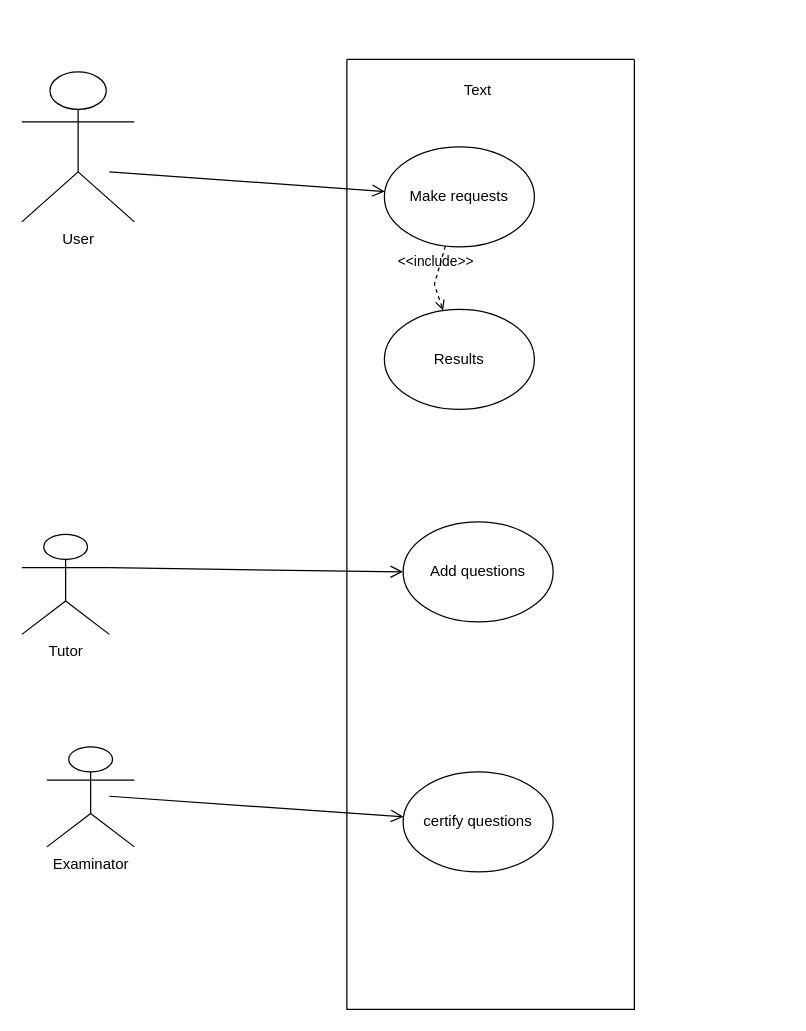
The draw.io diagram certificationExam.drawio in Eselebano/Info_Tech, before the edit. Source tidied: cells renumbered, new cells numbered last; positions are measured from the earlier drawing's top-left corner, leaving out a move shared by most shapes. Both pictures are drawn from the tidied source at 125%, with x=0, y=0 at pixel (21, 59).
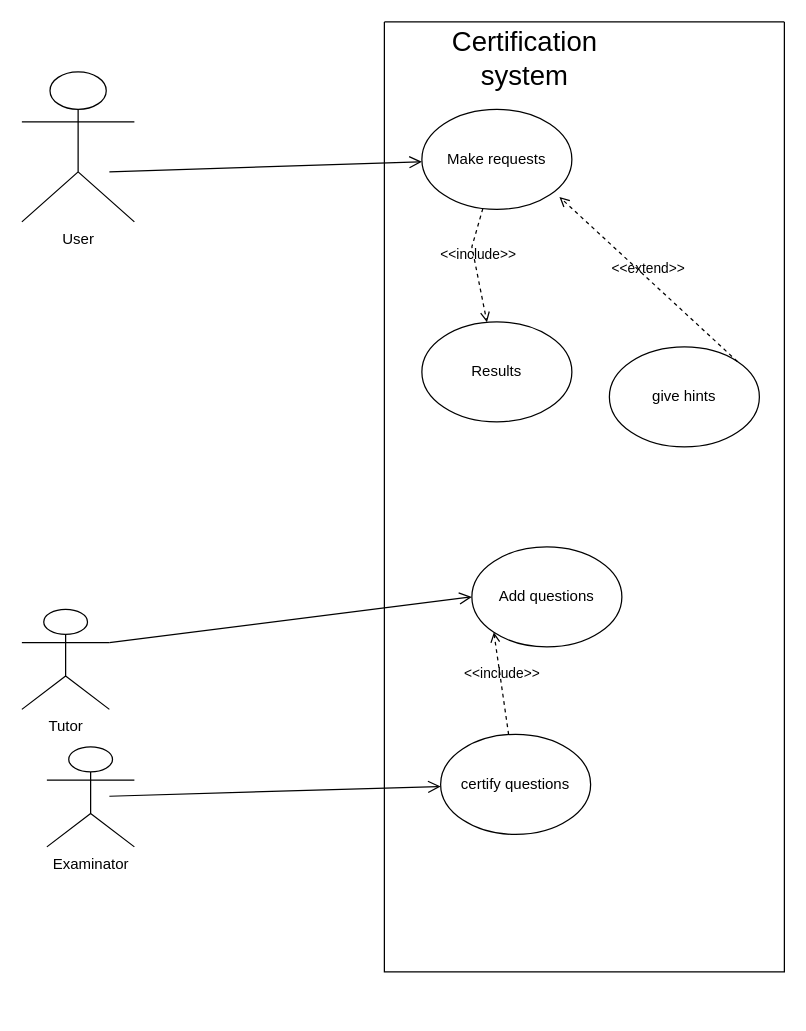
The same diagram, later.

Unchanged cells that the change refers to:
```xml
<mxCell id="4" value="Make requests" style="ellipse;whiteSpace=wrap;html=1;" parent="2" vertex="1">
  <mxGeometry x="30" y="70" width="120" height="80" as="geometry" />
</mxCell>
<mxCell id="6" value="certify questions" style="ellipse;whiteSpace=wrap;html=1;" parent="2" vertex="1">
  <mxGeometry x="45" y="570" width="120" height="80" as="geometry" />
</mxCell>
```

The edit, as a diff of the source:
```diff
@@
     <mxCell id="2" style="swimlane;startSize=0;" parent="1" vertex="1">
-      <mxGeometry x="260" width="230" height="760" as="geometry" />
+      <mxGeometry x="290" y="-30" width="320" height="760" as="geometry" />
     </mxCell>
-    <mxCell id="3" value="Text" style="text;html=1;strokeColor=none;fillColor=none;align=center;verticalAlign=middle;whiteSpace=wrap;rounded=0;" parent="2" vertex="1">
-      <mxGeometry x="75" y="10" width="60" height="30" as="geometry" />
+    <mxCell id="3" value="Certification system" style="text;html=1;strokeColor=none;fillColor=none;align=center;verticalAlign=middle;whiteSpace=wrap;rounded=0;fontSize=22;labelBackgroundColor=default;" parent="2" vertex="1">
+      <mxGeometry x="75" y="10" width="75" height="40" as="geometry" />
     </mxCell>
@@
     <mxCell id="5" value="Add questions" style="ellipse;whiteSpace=wrap;html=1;" parent="2" vertex="1">
-      <mxGeometry x="45" y="370" width="120" height="80" as="geometry" />
+      <mxGeometry x="70" y="420" width="120" height="80" as="geometry" />
     </mxCell>
@@
     <mxCell id="7" value="Results" style="ellipse;whiteSpace=wrap;html=1;" parent="2" vertex="1">
-      <mxGeometry x="30" y="200" width="120" height="80" as="geometry" />
+      <mxGeometry x="30" y="240" width="120" height="80" as="geometry" />
     </mxCell>
@@
+    <mxCell id="15" value="give hints" style="ellipse;whiteSpace=wrap;html=1;" parent="2" vertex="1">
+      <mxGeometry x="180" y="260" width="120" height="80" as="geometry" />
+    </mxCell>
+    <mxCell id="16" value="&amp;lt;&amp;lt;extend&amp;gt;&amp;gt;" style="html=1;verticalAlign=bottom;labelBackgroundColor=none;endArrow=open;endFill=0;dashed=1;rounded=0;entryX=0.917;entryY=0.875;entryDx=0;entryDy=0;entryPerimeter=0;exitX=1;exitY=0;exitDx=0;exitDy=0;" parent="2" edge="1" source="15" target="4">
+      <mxGeometry relative="1" as="geometry" />
+    </mxCell>
+    <mxCell id="17" value="&amp;lt;&amp;lt;include&amp;gt;&amp;gt;" style="html=1;verticalAlign=bottom;labelBackgroundColor=none;endArrow=open;endFill=0;dashed=1;rounded=0;entryX=0;entryY=1;entryDx=0;entryDy=0;" parent="2" edge="1" source="6" target="5">
+      <mxGeometry relative="1" as="geometry" />
+    </mxCell>
@@
     <mxCell id="10" value="Tutor" style="shape=umlActor;verticalLabelPosition=bottom;verticalAlign=top;html=1;outlineConnect=0;" parent="1" vertex="1">
-      <mxGeometry y="380" width="70" height="80" as="geometry" />
+      <mxGeometry y="440" width="70" height="80" as="geometry" />
     </mxCell>
```
